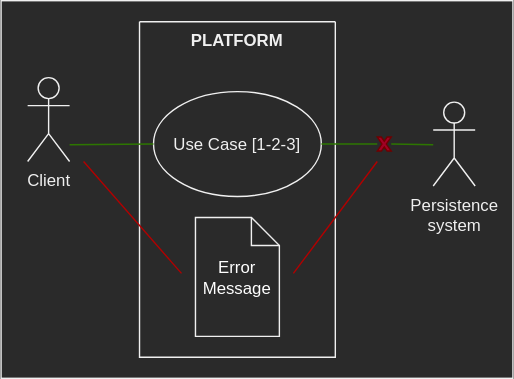
The draw.io diagram doc/assets/useCasesCiclo1.svg in omismone/strapizzami, before a commit. Source tidied: cells renumbered, new cells last; positions are measured from the earlier drawing's top-left corner, leaving out a move shared by most shapes.
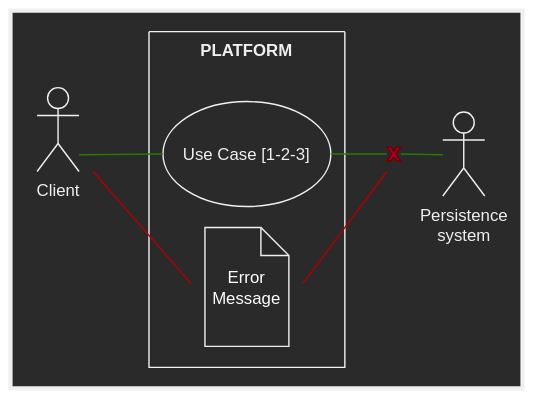
Above is the later version.

The edit, as a diff of the source:
```diff
@@ -2,7 +2,7 @@
   <root>
     <mxCell id="0" />
     <mxCell id="1" parent="0" />
-    <mxCell id="2" style="rounded=0;whiteSpace=wrap;html=1;fontColor=#FFFFFF;" parent="1" vertex="1">
+    <mxCell id="2" style="rounded=0;whiteSpace=wrap;html=1;fontColor=#FFFFFF;strokeWidth=3;" parent="1" vertex="1">
       <mxGeometry width="366" height="270" as="geometry" />
     </mxCell>
     <mxCell id="3" value="Client" style="shape=umlActor;verticalLabelPosition=bottom;verticalAlign=top;html=1;" parent="1" vertex="1">
```
